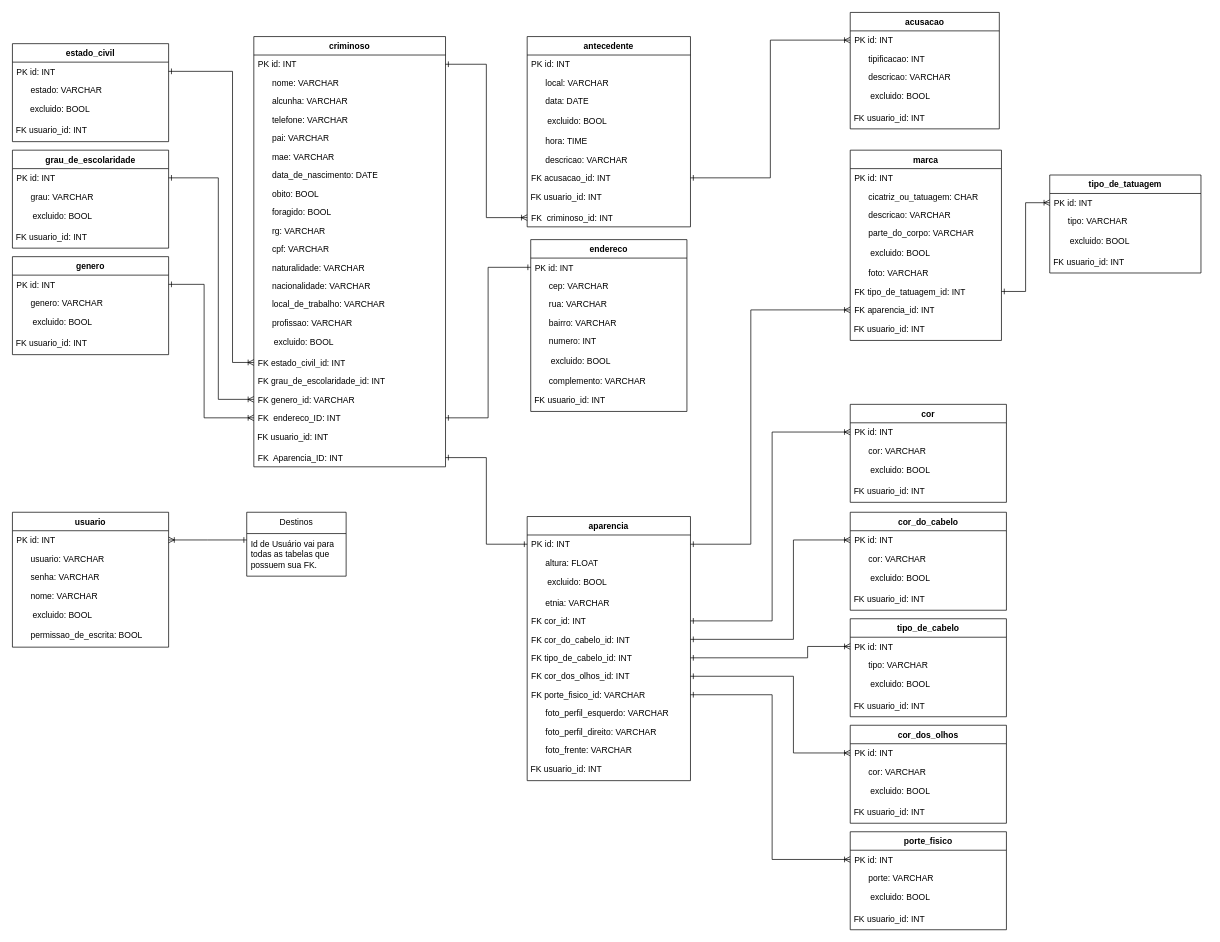
The draw.io diagram Fotos/UML/BancoDeDadosUML.drawio in PlazaJulio/pcproject, before the edit. Source tidied: cells renumbered, new cells numbered last; positions are measured from the earlier drawing's top-left corner, leaving out a move shared by most shapes. Both pictures are drawn from the tidied source at 71%, with x=0, y=0 at pixel (12, 12).
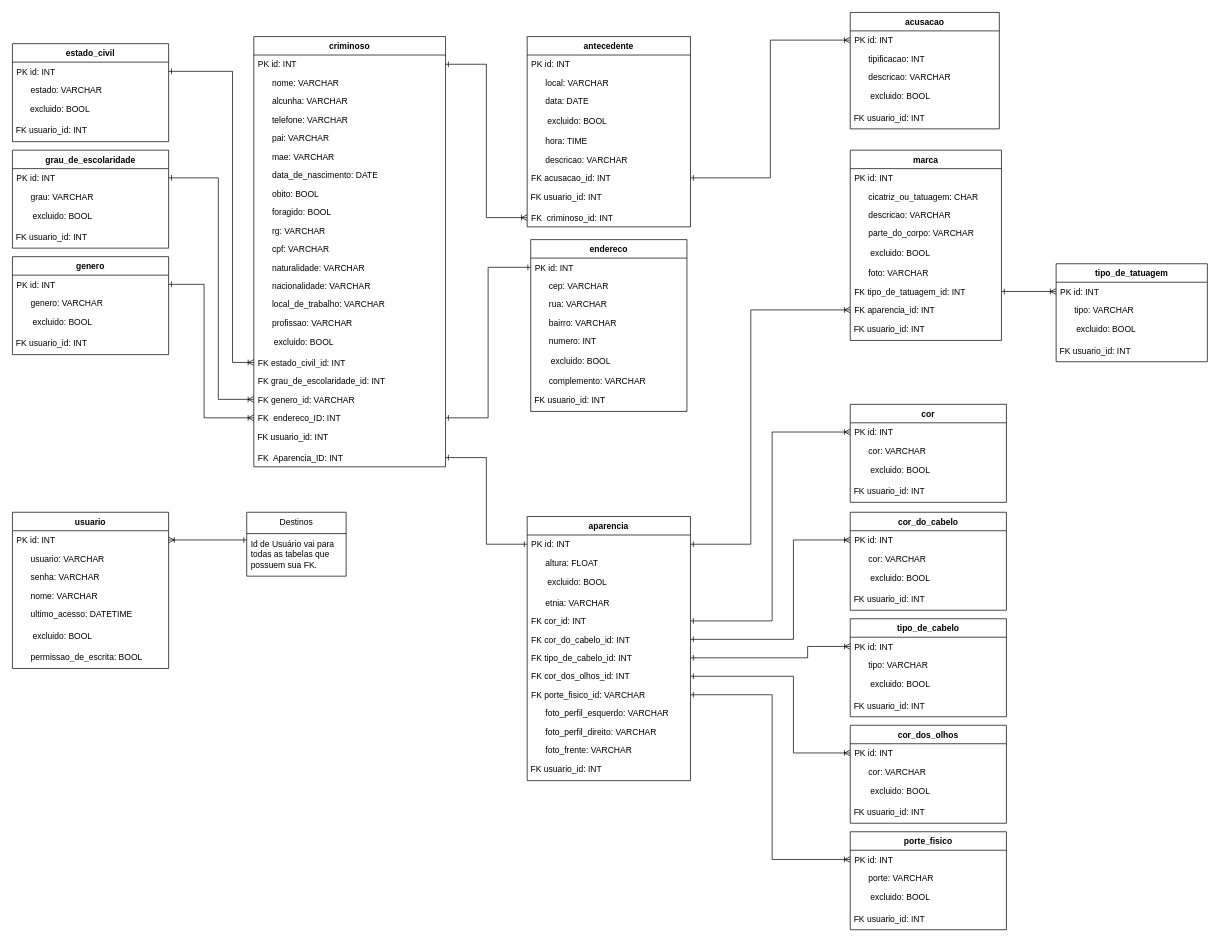
After the change.

Commit message (it also covers changes not shown here):
Alteração da UML para adicionar os campo ultimo_acesso (Tabela Usuario)

What changed in the source:
```diff
@@
     <mxCell id="116" value="tipo_de_tatuagem" style="swimlane;fontStyle=1;align=center;verticalAlign=top;horizontal=1;startSize=26;whiteSpace=wrap;html=1;" parent="1" vertex="1">
-      <mxGeometry x="1461" y="229" width="213" height="138" as="geometry" />
+      <mxGeometry x="1470" y="354" width="213" height="138" as="geometry" />
     </mxCell>
@@
     <mxCell id="121" value="usuario" style="swimlane;fontStyle=1;align=center;verticalAlign=top;horizontal=1;startSize=26;whiteSpace=wrap;html=1;" parent="1" vertex="1">
-      <mxGeometry y="704" width="220" height="190" as="geometry" />
+      <mxGeometry y="704" width="220" height="220" as="geometry" />
     </mxCell>
@@
+    <mxCell id="127" value="&amp;nbsp; &amp;nbsp; &amp;nbsp; ultimo_acesso: DATETIME" style="text;strokeColor=none;fillColor=none;align=left;verticalAlign=top;spacingLeft=4;spacingRight=4;overflow=hidden;whiteSpace=wrap;html=1;" parent="121" vertex="1">
+      <mxGeometry y="130" width="220" height="30" as="geometry" />
+    </mxCell>
     <mxCell id="126" value="&amp;nbsp; &amp;nbsp; &amp;nbsp; &amp;nbsp; excluido: BOOL" style="text;html=1;align=left;verticalAlign=middle;strokeColor=none;fillColor=none;" parent="121" vertex="1">
-      <mxGeometry y="130" width="220" height="30" as="geometry" />
+      <mxGeometry y="160" width="220" height="30" as="geometry" />
     </mxCell>
-    <mxCell id="127" value="&amp;nbsp; &amp;nbsp; &amp;nbsp; permissao_de_escrita: BOOL" style="text;strokeColor=none;fillColor=none;align=left;verticalAlign=top;spacingLeft=4;spacingRight=4;overflow=hidden;whiteSpace=wrap;html=1;" parent="121" vertex="1">
-      <mxGeometry y="160" width="220" height="30" as="geometry" />
-    </mxCell>
+    <mxCell id="143" value="&amp;nbsp; &amp;nbsp; &amp;nbsp; permissao_de_escrita: BOOL" style="text;strokeColor=none;fillColor=none;align=left;verticalAlign=top;spacingLeft=4;spacingRight=4;overflow=hidden;whiteSpace=wrap;html=1;" parent="121" vertex="1">
+      <mxGeometry y="190" width="220" height="30" as="geometry" />
+    </mxCell>
```
